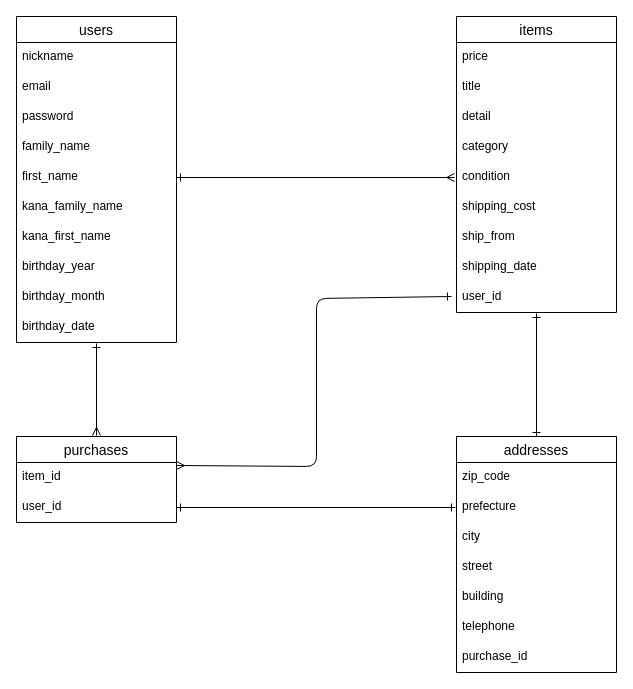
Above: ER.dio in absurpone/furima-34483 (draw.io), before the change. Source tidied: cells renumbered, new cells numbered last; positions are measured from the earlier drawing's top-left corner, leaving out a move shared by most shapes. Both pictures are drawn from the tidied source at 100%, with x=0, y=0 at pixel (16, 16).
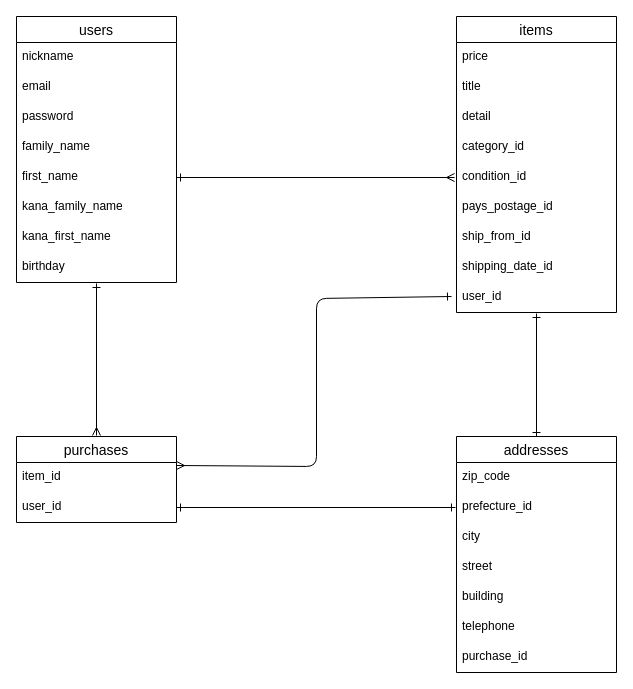
After the change.

Commit message (it also covers changes not shown here):
READMEファイル修正

Unchanged cells that the change refers to:
```xml
<mxCell id="15" value="items" style="swimlane;fontStyle=0;horizontal=1;startSize=26;align=center;fontSize=14;" parent="1" vertex="1">
  <mxGeometry x="440" width="160" height="296" as="geometry" />
</mxCell>
<mxCell id="30" value="addresses" style="swimlane;fontStyle=0;horizontal=1;startSize=26;align=center;fontSize=14;" parent="1" vertex="1">
  <mxGeometry x="440" y="420" width="160" height="236" as="geometry" />
</mxCell>
```

Diff of the diagram source:
```diff
@@
     <mxCell id="3" value="users" style="swimlane;fontStyle=0;horizontal=1;startSize=26;align=center;fontSize=14;" parent="1" vertex="1">
-      <mxGeometry width="160" height="326" as="geometry" />
+      <mxGeometry width="160" height="266" as="geometry" />
     </mxCell>
@@
-    <mxCell id="11" value="birthday_year" style="text;strokeColor=none;fillColor=none;spacingLeft=4;spacingRight=4;overflow=hidden;fontSize=12;" parent="3" vertex="1">
+    <mxCell id="11" value="birthday" style="text;strokeColor=none;fillColor=none;spacingLeft=4;spacingRight=4;overflow=hidden;fontSize=12;" parent="3" vertex="1">
       <mxGeometry y="236" width="160" height="30" as="geometry" />
     </mxCell>
-    <mxCell id="12" value="birthday_month" style="text;strokeColor=none;fillColor=none;spacingLeft=4;spacingRight=4;overflow=hidden;fontSize=12;" parent="3" vertex="1">
-      <mxGeometry y="266" width="160" height="30" as="geometry" />
-    </mxCell>
-    <mxCell id="13" value="birthday_date" style="text;strokeColor=none;fillColor=none;spacingLeft=4;spacingRight=4;overflow=hidden;fontSize=12;" parent="3" vertex="1">
-      <mxGeometry y="296" width="160" height="30" as="geometry" />
-    </mxCell>
@@
-    <mxCell id="19" value="category" style="text;strokeColor=none;fillColor=none;spacingLeft=4;spacingRight=4;overflow=hidden;fontSize=12;" parent="15" vertex="1">
+    <mxCell id="19" value="category_id" style="text;strokeColor=none;fillColor=none;spacingLeft=4;spacingRight=4;overflow=hidden;fontSize=12;" parent="15" vertex="1">
       <mxGeometry y="116" width="160" height="30" as="geometry" />
     </mxCell>
-    <mxCell id="20" value="condition" style="text;strokeColor=none;fillColor=none;spacingLeft=4;spacingRight=4;overflow=hidden;points=[[0,0.5],[1,0.5]];portConstraint=eastwest;fontSize=12;" parent="15" vertex="1">
+    <mxCell id="20" value="condition_id" style="text;strokeColor=none;fillColor=none;spacingLeft=4;spacingRight=4;overflow=hidden;points=[[0,0.5],[1,0.5]];portConstraint=eastwest;fontSize=12;" parent="15" vertex="1">
       <mxGeometry y="146" width="160" height="30" as="geometry" />
     </mxCell>
-    <mxCell id="21" value="shipping_cost" style="text;strokeColor=none;fillColor=none;spacingLeft=4;spacingRight=4;overflow=hidden;fontSize=12;" parent="15" vertex="1">
+    <mxCell id="21" value="pays_postage_id" style="text;strokeColor=none;fillColor=none;spacingLeft=4;spacingRight=4;overflow=hidden;fontSize=12;" parent="15" vertex="1">
       <mxGeometry y="176" width="160" height="30" as="geometry" />
     </mxCell>
-    <mxCell id="22" value="ship_from" style="text;strokeColor=none;fillColor=none;spacingLeft=4;spacingRight=4;overflow=hidden;fontSize=12;" parent="15" vertex="1">
+    <mxCell id="22" value="ship_from_id" style="text;strokeColor=none;fillColor=none;spacingLeft=4;spacingRight=4;overflow=hidden;fontSize=12;" parent="15" vertex="1">
       <mxGeometry y="206" width="160" height="30" as="geometry" />
     </mxCell>
-    <mxCell id="23" value="shipping_date" style="text;strokeColor=none;fillColor=none;spacingLeft=4;spacingRight=4;overflow=hidden;fontSize=12;" parent="15" vertex="1">
+    <mxCell id="23" value="shipping_date_id" style="text;strokeColor=none;fillColor=none;spacingLeft=4;spacingRight=4;overflow=hidden;fontSize=12;" parent="15" vertex="1">
       <mxGeometry y="236" width="160" height="30" as="geometry" />
     </mxCell>
@@
-    <mxCell id="32" value="prefecture" style="text;strokeColor=none;fillColor=none;spacingLeft=4;spacingRight=4;overflow=hidden;points=[[0,0.5],[1,0.5]];portConstraint=eastwest;fontSize=12;" parent="30" vertex="1">
+    <mxCell id="32" value="prefecture_id" style="text;strokeColor=none;fillColor=none;spacingLeft=4;spacingRight=4;overflow=hidden;points=[[0,0.5],[1,0.5]];portConstraint=eastwest;fontSize=12;" parent="30" vertex="1">
       <mxGeometry y="56" width="160" height="30" as="geometry" />
     </mxCell>
```
